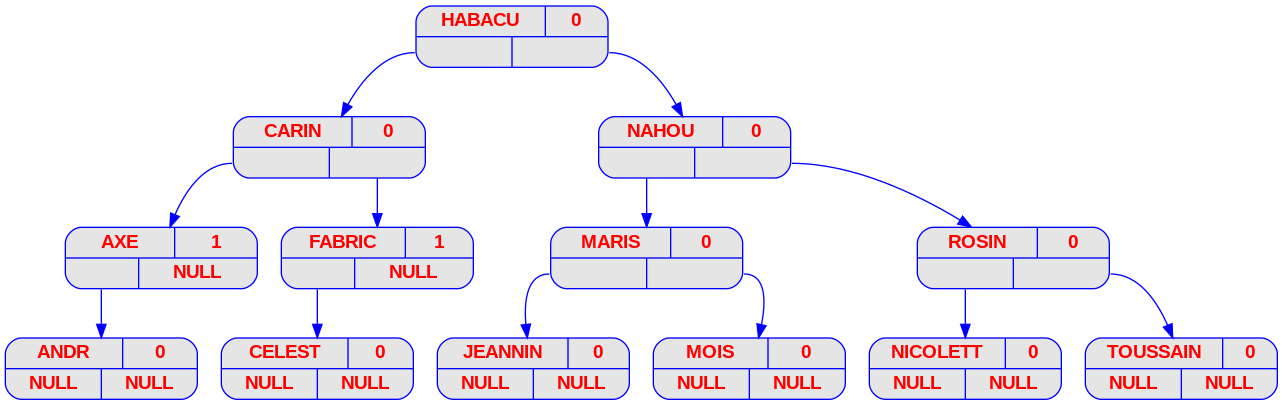
Earlier version of the Graphviz export ex1/img/png/prenoms_v12.png (danilorodrigues128/FilRougeAAP). Its source is kept beside it as ex1/img/dot/prenoms_v12.dot.
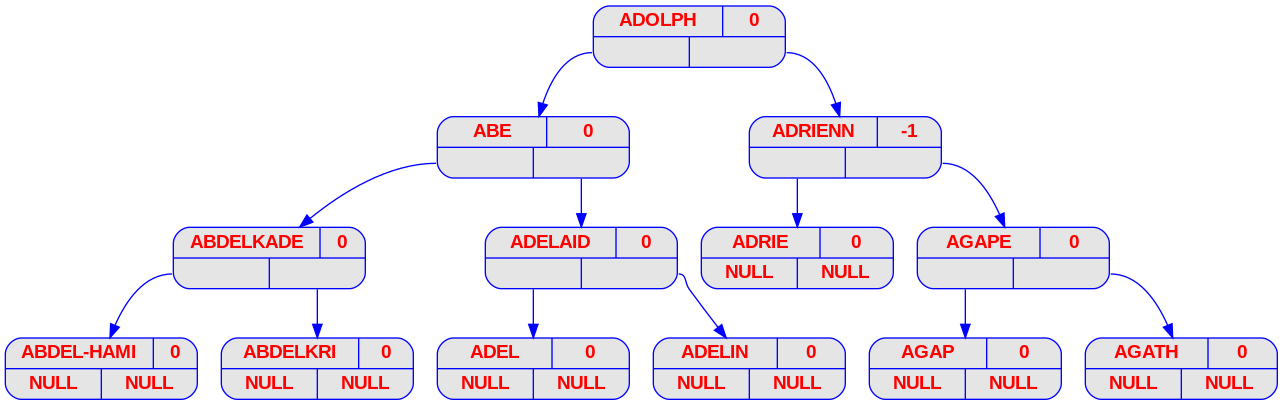
The same diagram one commit later.

Diff of the diagram source:
```diff
@@ -14,37 +14,36 @@
 		color     = "blue"
 	]
 
-	HABACU [label = "{{<c> HABACU | <b> 0} | { <g> | <d>}}"];
-	HABACU:g -> CARIN;
-	CARIN [label = "{{<c> CARIN | <b> 0} | { <g> | <d>}}"];
-	CARIN:g -> AXE;
-	AXE [label = "{{<c> AXE | <b> 1} | { <g> | <d>}}"];
-	AXE [label = "{{<c> AXE | <b> 1} | { <g> | <d> NULL}}"];
-	AXE:g -> ANDR;
-	ANDR [label = "{{<c> ANDR | <b> 0} | { <g> | <d>}}"];
-	ANDR [label = "{{<c> ANDR | <b> 0} | { <g> NULL | <d> NULL}}"];
-	CARIN:d -> FABRIC;
-	FABRIC [label = "{{<c> FABRIC | <b> 1} | { <g> | <d>}}"];
-	FABRIC [label = "{{<c> FABRIC | <b> 1} | { <g> | <d> NULL}}"];
-	FABRIC:g -> CELEST;
-	CELEST [label = "{{<c> CELEST | <b> 0} | { <g> | <d>}}"];
-	CELEST [label = "{{<c> CELEST | <b> 0} | { <g> NULL | <d> NULL}}"];
-	HABACU:d -> NAHOU;
-	NAHOU [label = "{{<c> NAHOU | <b> 0} | { <g> | <d>}}"];
-	NAHOU:g -> MARIS;
-	MARIS [label = "{{<c> MARIS | <b> 0} | { <g> | <d>}}"];
-	MARIS:g -> JEANNIN;
-	JEANNIN [label = "{{<c> JEANNIN | <b> 0} | { <g> | <d>}}"];
-	JEANNIN [label = "{{<c> JEANNIN | <b> 0} | { <g> NULL | <d> NULL}}"];
-	MARIS:d -> MOIS;
-	MOIS [label = "{{<c> MOIS | <b> 0} | { <g> | <d>}}"];
-	MOIS [label = "{{<c> MOIS | <b> 0} | { <g> NULL | <d> NULL}}"];
-	NAHOU:d -> ROSIN;
-	ROSIN [label = "{{<c> ROSIN | <b> 0} | { <g> | <d>}}"];
-	ROSIN:g -> NICOLETT;
-	NICOLETT [label = "{{<c> NICOLETT | <b> 0} | { <g> | <d>}}"];
-	NICOLETT [label = "{{<c> NICOLETT | <b> 0} | { <g> NULL | <d> NULL}}"];
-	ROSIN:d -> TOUSSAIN;
-	TOUSSAIN [label = "{{<c> TOUSSAIN | <b> 0} | { <g> | <d>}}"];
-	TOUSSAIN [label = "{{<c> TOUSSAIN | <b> 0} | { <g> NULL | <d> NULL}}"];
+	"ADOLPH" [label = "{{<c> ADOLPH | <b> 0} | { <g> | <d>}}"];
+	"ADOLPH":g -> "ABE";
+	"ABE" [label = "{{<c> ABE | <b> 0} | { <g> | <d>}}"];
+	"ABE":g -> "ABDELKADE";
+	"ABDELKADE" [label = "{{<c> ABDELKADE | <b> 0} | { <g> | <d>}}"];
+	"ABDELKADE":g -> "ABDEL-HAMI";
+	"ABDEL-HAMI" [label = "{{<c> ABDEL-HAMI | <b> 0} | { <g> | <d>}}"];
+	"ABDEL-HAMI" [label = "{{<c> ABDEL-HAMI | <b> 0} | { <g> NULL | <d> NULL}}"];
+	"ABDELKADE":d -> "ABDELKRI";
+	"ABDELKRI" [label = "{{<c> ABDELKRI | <b> 0} | { <g> | <d>}}"];
+	"ABDELKRI" [label = "{{<c> ABDELKRI | <b> 0} | { <g> NULL | <d> NULL}}"];
+	"ABE":d -> "ADELAID";
+	"ADELAID" [label = "{{<c> ADELAID | <b> 0} | { <g> | <d>}}"];
+	"ADELAID":g -> "ADEL";
+	"ADEL" [label = "{{<c> ADEL | <b> 0} | { <g> | <d>}}"];
+	"ADEL" [label = "{{<c> ADEL | <b> 0} | { <g> NULL | <d> NULL}}"];
+	"ADELAID":d -> "ADELIN";
+	"ADELIN" [label = "{{<c> ADELIN | <b> 0} | { <g> | <d>}}"];
+	"ADELIN" [label = "{{<c> ADELIN | <b> 0} | { <g> NULL | <d> NULL}}"];
+	"ADOLPH":d -> "ADRIENN";
+	"ADRIENN" [label = "{{<c> ADRIENN | <b> -1} | { <g> | <d>}}"];
+	"ADRIENN":g -> "ADRIE";
+	"ADRIE" [label = "{{<c> ADRIE | <b> 0} | { <g> | <d>}}"];
+	"ADRIE" [label = "{{<c> ADRIE | <b> 0} | { <g> NULL | <d> NULL}}"];
+	"ADRIENN":d -> "AGAPE";
+	"AGAPE" [label = "{{<c> AGAPE | <b> 0} | { <g> | <d>}}"];
+	"AGAPE":g -> "AGAP";
+	"AGAP" [label = "{{<c> AGAP | <b> 0} | { <g> | <d>}}"];
+	"AGAP" [label = "{{<c> AGAP | <b> 0} | { <g> NULL | <d> NULL}}"];
+	"AGAPE":d -> "AGATH";
+	"AGATH" [label = "{{<c> AGATH | <b> 0} | { <g> | <d>}}"];
+	"AGATH" [label = "{{<c> AGATH | <b> 0} | { <g> NULL | <d> NULL}}"];
 }
```
